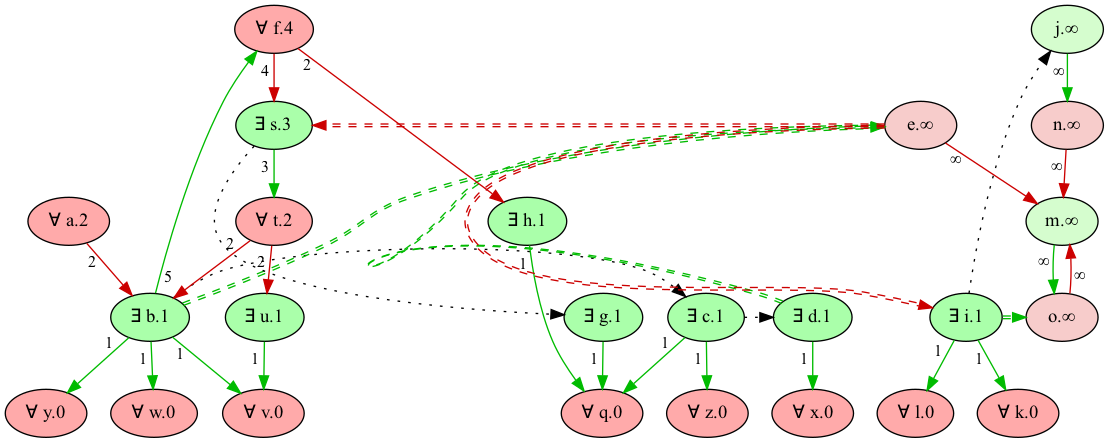
idaks/Games-and-Argumentation keeps this Graphviz diagram as Refactor/imgs/animal_wm_graph/unfactored_forward_game_pw_1.png. Above is the earlier version. Its source is kept beside it as Refactor/imgs/animal_wm_graph/unfactored_forward_game_pw_1.dot.
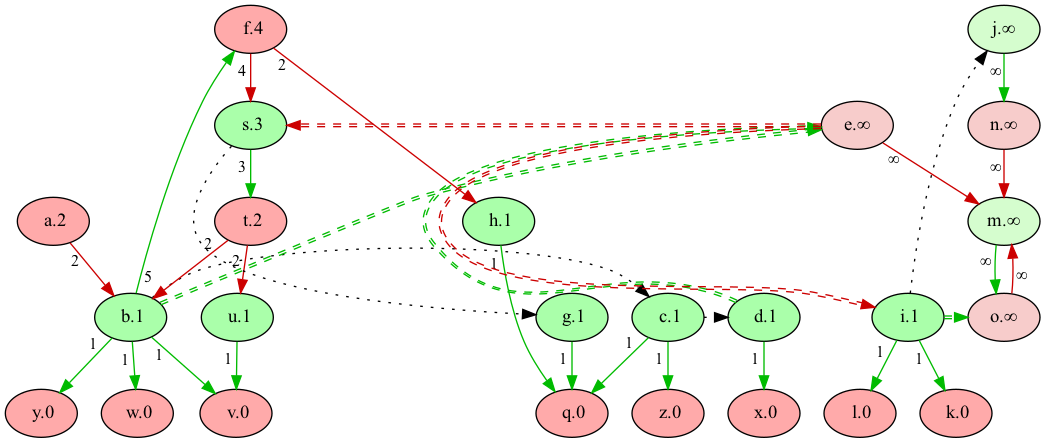
Later version of the same file.

What changed in the source:
```diff
@@ -1,23 +1,23 @@
 digraph {
-    "v" [style="filled" fillcolor="#FFAAAA" label="∀ v.0" fontsize=14]
-    "z" [style="filled" fillcolor="#FFAAAA" label="∀ z.0" fontsize=14]
-    "y" [style="filled" fillcolor="#FFAAAA" label="∀ y.0" fontsize=14]
-    "x" [style="filled" fillcolor="#FFAAAA" label="∀ x.0" fontsize=14]
-    "w" [style="filled" fillcolor="#FFAAAA" label="∀ w.0" fontsize=14]
-    "q" [style="filled" fillcolor="#FFAAAA" label="∀ q.0" fontsize=14]
-    "l" [style="filled" fillcolor="#FFAAAA" label="∀ l.0" fontsize=14]
-    "k" [style="filled" fillcolor="#FFAAAA" label="∀ k.0" fontsize=14]
-    "u" [style="filled" fillcolor="#AAFFAA" label="∃ u.1" fontsize=14]
-    "b" [style="filled" fillcolor="#AAFFAA" label="∃ b.1" fontsize=14]
-    "c" [style="filled" fillcolor="#AAFFAA" label="∃ c.1" fontsize=14]
-    "d" [style="filled" fillcolor="#AAFFAA" label="∃ d.1" fontsize=14]
-    "i" [style="filled" fillcolor="#AAFFAA" label="∃ i.1" fontsize=14]
-    "g" [style="filled" fillcolor="#AAFFAA" label="∃ g.1" fontsize=14]
-    "h" [style="filled" fillcolor="#AAFFAA" label="∃ h.1" fontsize=14]
-    "a" [style="filled" fillcolor="#FFAAAA" label="∀ a.2" fontsize=14]
-    "t" [style="filled" fillcolor="#FFAAAA" label="∀ t.2" fontsize=14]
-    "s" [style="filled" fillcolor="#AAFFAA" label="∃ s.3" fontsize=14]
-    "f" [style="filled" fillcolor="#FFAAAA" label="∀ f.4" fontsize=14]
+    "v" [style="filled" fillcolor="#FFAAAA" label=" v.0" fontsize=14]
+    "z" [style="filled" fillcolor="#FFAAAA" label=" z.0" fontsize=14]
+    "y" [style="filled" fillcolor="#FFAAAA" label=" y.0" fontsize=14]
+    "x" [style="filled" fillcolor="#FFAAAA" label=" x.0" fontsize=14]
+    "w" [style="filled" fillcolor="#FFAAAA" label=" w.0" fontsize=14]
+    "q" [style="filled" fillcolor="#FFAAAA" label=" q.0" fontsize=14]
+    "l" [style="filled" fillcolor="#FFAAAA" label=" l.0" fontsize=14]
+    "k" [style="filled" fillcolor="#FFAAAA" label=" k.0" fontsize=14]
+    "u" [style="filled" fillcolor="#AAFFAA" label=" u.1" fontsize=14]
+    "b" [style="filled" fillcolor="#AAFFAA" label=" b.1" fontsize=14]
+    "c" [style="filled" fillcolor="#AAFFAA" label=" c.1" fontsize=14]
+    "d" [style="filled" fillcolor="#AAFFAA" label=" d.1" fontsize=14]
+    "i" [style="filled" fillcolor="#AAFFAA" label=" i.1" fontsize=14]
+    "g" [style="filled" fillcolor="#AAFFAA" label=" g.1" fontsize=14]
+    "h" [style="filled" fillcolor="#AAFFAA" label=" h.1" fontsize=14]
+    "a" [style="filled" fillcolor="#FFAAAA" label=" a.2" fontsize=14]
+    "t" [style="filled" fillcolor="#FFAAAA" label=" t.2" fontsize=14]
+    "s" [style="filled" fillcolor="#AAFFAA" label=" s.3" fontsize=14]
+    "f" [style="filled" fillcolor="#FFAAAA" label=" f.4" fontsize=14]
     "j" [style="filled" fillcolor="#d5fdce" label="j.∞" fontsize=14]
     "e" [style="filled" fillcolor="#f7cccb" label="e.∞" fontsize=14]
     "o" [style="filled" fillcolor="#f7cccb" label="o.∞" fontsize=14]
```
